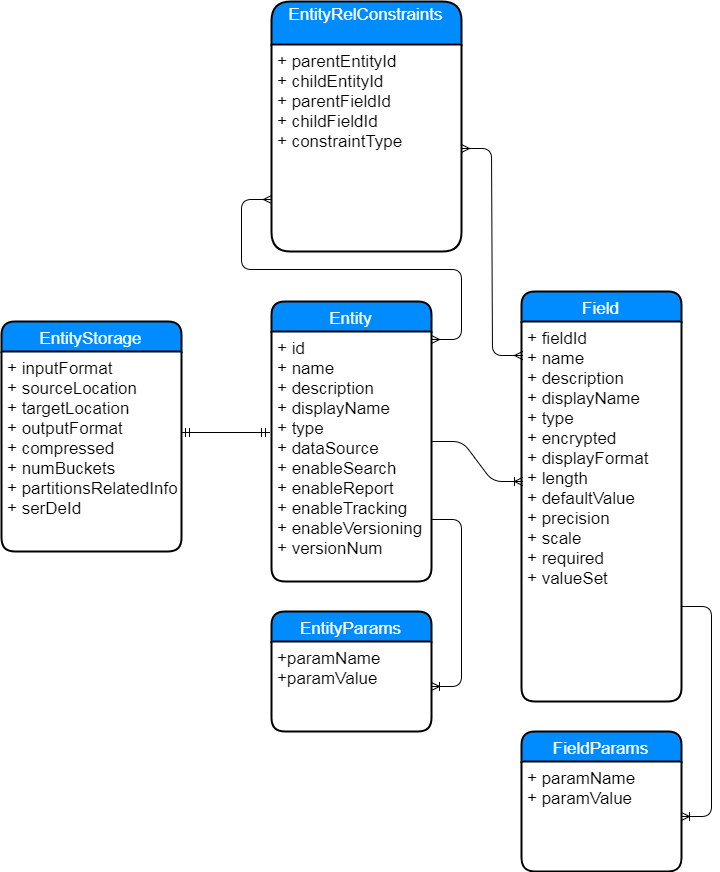
The draw.io diagram entity.png in sandhyaagarwal/diagrams, before a commit. Source tidied: cells renumbered, new cells last; positions are measured from the earlier drawing's top-left corner, leaving out a move shared by most shapes.
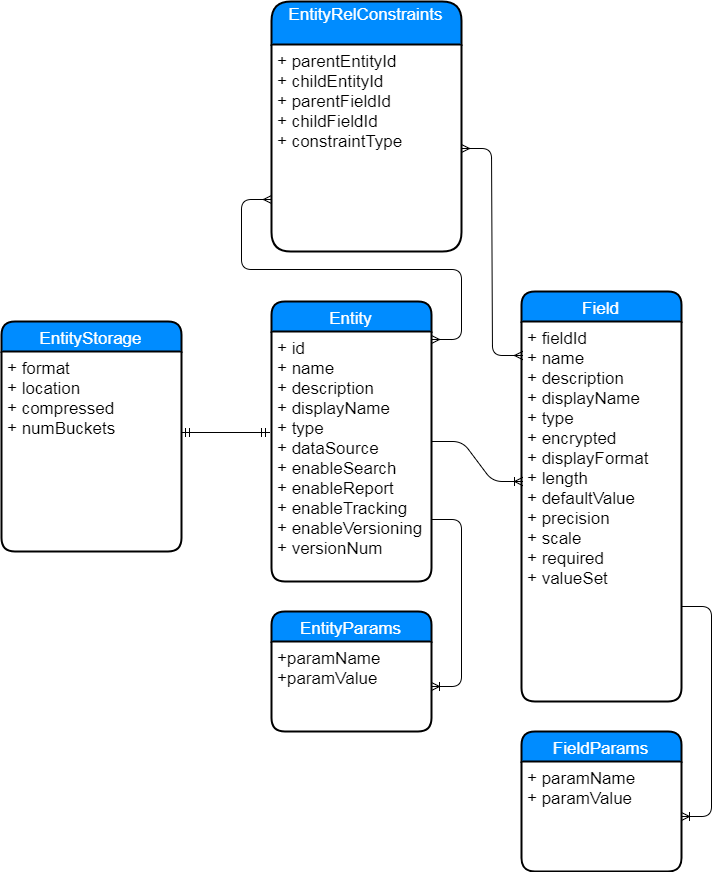
Later version of the same file.

The edit, as a diff of the source:
```diff
@@ -43,7 +43,7 @@
     <mxCell id="14" value="EntityStorage" style="swimlane;horizontal=1;startSize=30;fillColor=#008cff;fontColor=#FFFFFF;rounded=1;fontSize=17;fontStyle=0;strokeWidth=2;shadow=0;dashed=0;align=center;" parent="1" vertex="1">
       <mxGeometry y="320" width="180" height="230" as="geometry" />
     </mxCell>
-    <mxCell id="15" value="+ inputFormat&#10;+ sourceLocation&#10;+ targetLocation&#10;+ outputFormat&#10;+ compressed&#10;+ numBuckets&#10;+ partitionsRelatedInfo&#10;+ serDeId" style="align=left;strokeColor=none;fillColor=none;spacingLeft=4;fontSize=17;verticalAlign=top;" parent="14" vertex="1">
+    <mxCell id="15" value="+ format&#10;+ location&#10;+ compressed&#10;+ numBuckets&#10;&#10;" style="align=left;strokeColor=none;fillColor=none;spacingLeft=4;fontSize=17;verticalAlign=top;" parent="14" vertex="1">
       <mxGeometry y="30" width="180" height="200" as="geometry" />
     </mxCell>
     <mxCell id="16" value="EntityRelConstraints&#10;" style="swimlane;horizontal=1;startSize=43;fillColor=#008cff;fontColor=#FFFFFF;rounded=1;fontSize=17;fontStyle=0;strokeWidth=2;shadow=0;dashed=0;align=center;" parent="1" vertex="1">
```
